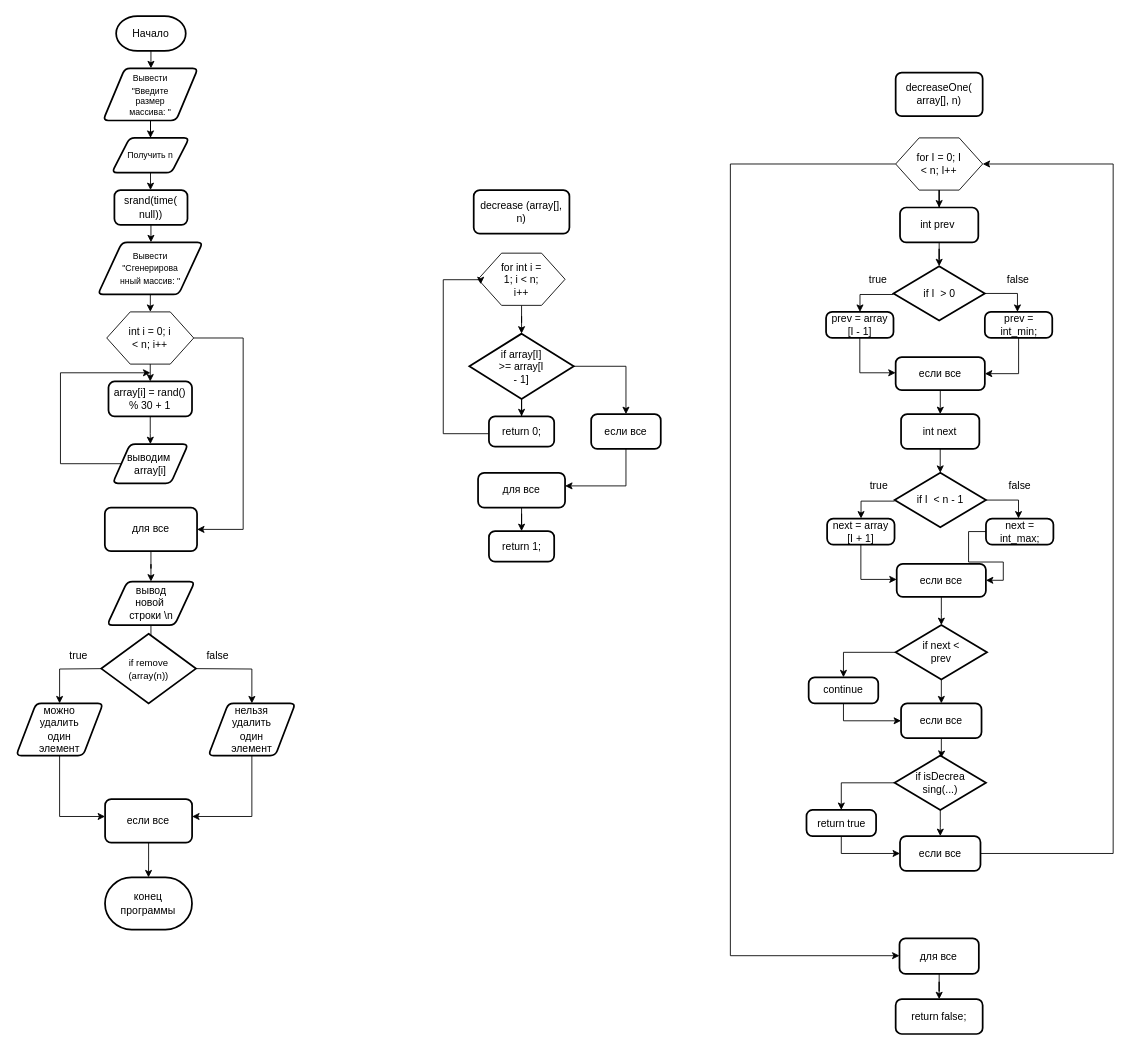
Before: 07 - ARRAYS/1/1.drawio in DuSommeil/homework, a draw.io diagram. Source tidied: cells renumbered, new cells numbered last; positions are measured from the earlier drawing's top-left corner, leaving out a move shared by most shapes. Both pictures are drawn from the tidied source at 87%, with x=0, y=0 at pixel (16, 16).
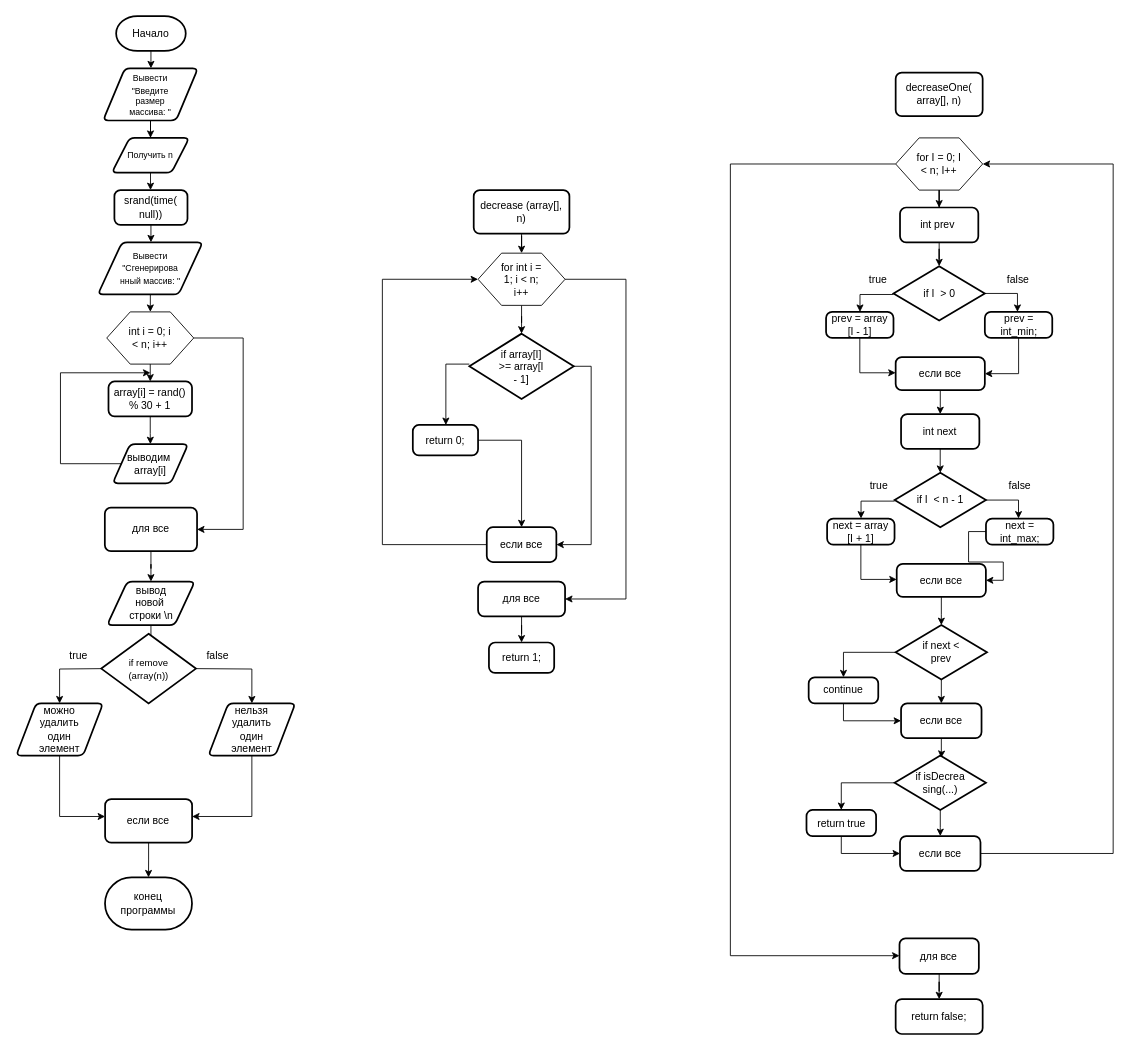
The same diagram, later.

Unchanged cells that the change refers to:
```xml
<mxCell id="31" value="decrease (array[], n)" style="rounded=1;whiteSpace=wrap;html=1;absoluteArcSize=1;arcSize=14;strokeWidth=2;" parent="1" vertex="1">
  <mxGeometry x="526" y="200" width="110" height="50" as="geometry" />
</mxCell>
<mxCell id="33" style="verticalLabelPosition=bottom;verticalAlign=top;html=1;shape=hexagon;perimeter=hexagonPerimeter2;arcSize=6;size=0.27;" parent="1" vertex="1">
  <mxGeometry x="531" y="272.5" width="100" height="60" as="geometry" />
</mxCell>
<mxCell id="45" value="if array[I]&lt;div&gt;&amp;gt;= array[I&lt;/div&gt;&lt;div&gt;- 1]&lt;/div&gt;" style="strokeWidth=2;html=1;shape=mxgraph.flowchart.decision;whiteSpace=wrap;" parent="1" vertex="1">
  <mxGeometry x="521" y="365" width="120" height="75" as="geometry" />
</mxCell>
```

What changed in the source:
```diff
@@
+    <mxCell id="98" style="edgeStyle=orthogonalEdgeStyle;rounded=0;jettySize=auto;html=1;entryX=0.5;entryY=0;entryDx=0;entryDy=0;" parent="1" edge="1" source="31" target="33">
+      <mxGeometry relative="1" as="geometry" />
+    </mxCell>
@@
+    <mxCell id="99" style="edgeStyle=orthogonalEdgeStyle;rounded=0;jettySize=auto;html=1;" parent="1" edge="1" source="33" target="49">
+      <mxGeometry relative="1" as="geometry">
+        <Array as="points">
+          <mxPoint x="701" y="302.5" />
+          <mxPoint x="701" y="670" />
+        </Array>
+      </mxGeometry>
+    </mxCell>
@@
-    <mxCell id="35" style="edgeStyle=orthogonalEdgeStyle;rounded=0;jettySize=auto;html=1;entryX=0.03;entryY=0.594;entryDx=0;entryDy=0;entryPerimeter=0;" parent="1" edge="1" source="36" target="33">
-      <mxGeometry relative="1" as="geometry">
-        <Array as="points">
-          <mxPoint x="491" y="480" />
-          <mxPoint x="491" y="303" />
-          <mxPoint x="534" y="303" />
-        </Array>
-      </mxGeometry>
-    </mxCell>
+    <mxCell id="100" style="edgeStyle=orthogonalEdgeStyle;rounded=0;jettySize=auto;html=1;" parent="1" edge="1" source="36" target="47">
+      <mxGeometry relative="1" as="geometry" />
+    </mxCell>
     <mxCell id="36" value="return 0;" style="rounded=1;whiteSpace=wrap;html=1;absoluteArcSize=1;arcSize=14;strokeWidth=2;" parent="1" vertex="1">
-      <mxGeometry x="543.5" y="460" width="75" height="35" as="geometry" />
+      <mxGeometry x="456" y="470" width="75" height="35" as="geometry" />
     </mxCell>
     <mxCell id="37" value="return 1;" style="rounded=1;whiteSpace=wrap;html=1;absoluteArcSize=1;arcSize=14;strokeWidth=2;" parent="1" vertex="1">
-      <mxGeometry x="543.5" y="592" width="75" height="35" as="geometry" />
+      <mxGeometry x="543.5" y="720" width="75" height="35" as="geometry" />
     </mxCell>
@@
     <mxCell id="43" style="edgeStyle=orthogonalEdgeStyle;rounded=0;jettySize=auto;html=1;" parent="1" edge="1" source="45" target="36">
-      <mxGeometry relative="1" as="geometry" />
+      <mxGeometry relative="1" as="geometry">
+        <Array as="points">
+          <mxPoint x="494" y="400" />
+        </Array>
+      </mxGeometry>
     </mxCell>
     <mxCell id="44" style="edgeStyle=orthogonalEdgeStyle;rounded=0;jettySize=auto;html=1;" parent="1" edge="1" source="45" target="47">
-      <mxGeometry relative="1" as="geometry" />
+      <mxGeometry relative="1" as="geometry">
+        <Array as="points">
+          <mxPoint x="661" y="402.5" />
+          <mxPoint x="661" y="607.5" />
+        </Array>
+      </mxGeometry>
     </mxCell>
@@
-    <mxCell id="46" style="edgeStyle=orthogonalEdgeStyle;rounded=0;jettySize=auto;html=1;" parent="1" edge="1" source="47" target="49">
-      <mxGeometry relative="1" as="geometry">
-        <Array as="points">
-          <mxPoint x="701" y="540" />
-        </Array>
-      </mxGeometry>
-    </mxCell>
+    <mxCell id="101" style="edgeStyle=orthogonalEdgeStyle;rounded=0;jettySize=auto;html=1;" parent="1" edge="1" source="47" target="33">
+      <mxGeometry relative="1" as="geometry">
+        <Array as="points">
+          <mxPoint x="421" y="607.5" />
+          <mxPoint x="421" y="302.5" />
+        </Array>
+      </mxGeometry>
+    </mxCell>
     <mxCell id="47" value="если все" style="rounded=1;whiteSpace=wrap;html=1;absoluteArcSize=1;arcSize=14;strokeWidth=2;" parent="1" vertex="1">
-      <mxGeometry x="661" y="457.5" width="80" height="40" as="geometry" />
+      <mxGeometry x="541" y="587.5" width="80" height="40" as="geometry" />
     </mxCell>
@@
     <mxCell id="49" value="для все" style="rounded=1;whiteSpace=wrap;html=1;absoluteArcSize=1;arcSize=14;strokeWidth=2;" parent="1" vertex="1">
-      <mxGeometry x="531" y="525" width="100" height="40" as="geometry" />
+      <mxGeometry x="531" y="650" width="100" height="40" as="geometry" />
     </mxCell>
```
